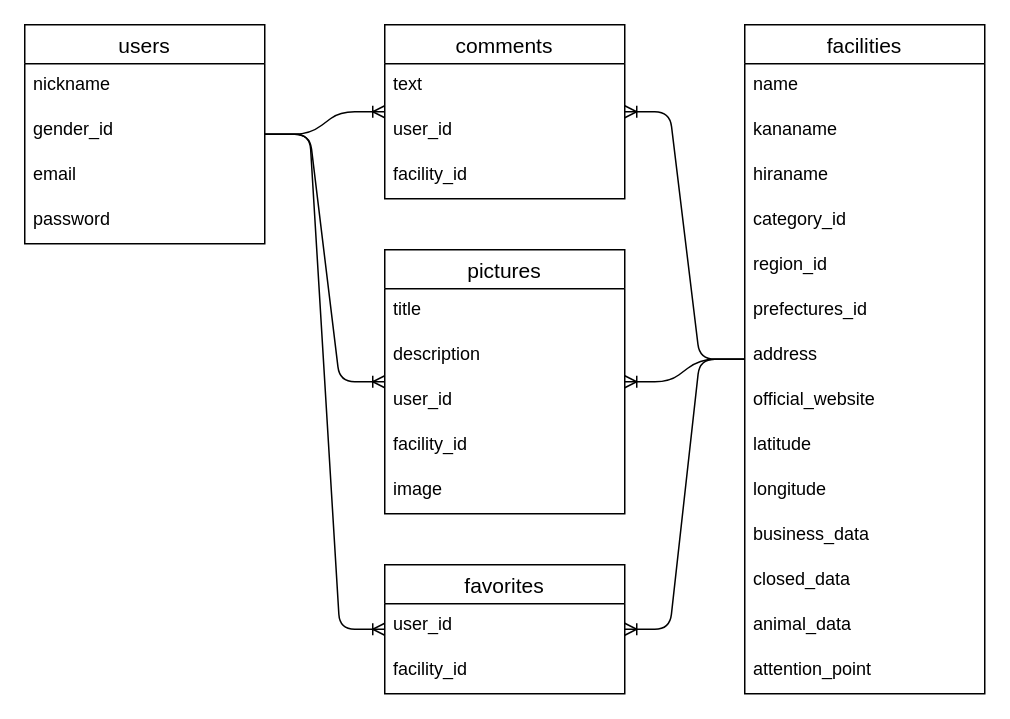
Before: ERD.dio in masaya-Programming/animal-connection, a draw.io diagram. Source tidied: cells renumbered, new cells numbered last; positions are measured from the earlier drawing's top-left corner, leaving out a move shared by most shapes. Both pictures are drawn from the tidied source at 150%, with x=0, y=0 at pixel (24, 24).
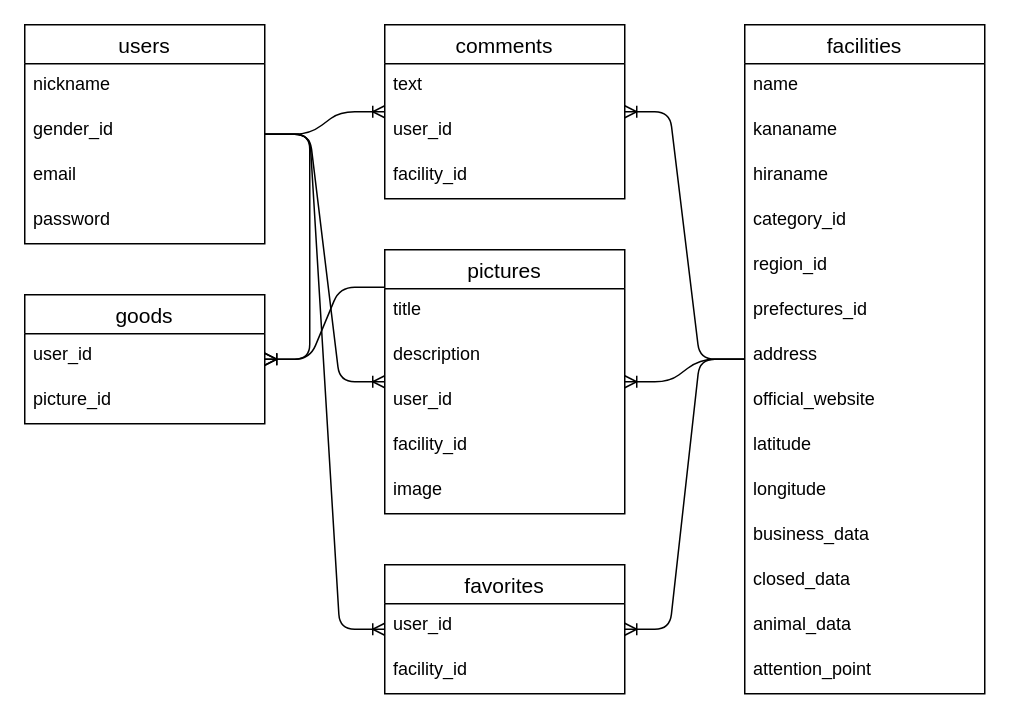
The same page after the edit.

Unchanged cells that the change refers to:
```xml
<mxCell id="6" value="users" style="swimlane;fontStyle=0;horizontal=1;startSize=26;align=center;fontSize=14;" parent="1" vertex="1">
  <mxGeometry width="160" height="146" as="geometry" />
</mxCell>
<mxCell id="34" value="title" style="text;strokeColor=none;fillColor=none;spacingLeft=4;spacingRight=4;overflow=hidden;points=[[0,0.5],[1,0.5]];portConstraint=eastwest;fontSize=12;" parent="33" vertex="1">
  <mxGeometry y="26" width="160" height="30" as="geometry" />
</mxCell>
```

The edit, as a diff of the source:
```diff
@@
+    <mxCell id="41" value="goods" style="swimlane;fontStyle=0;horizontal=1;startSize=26;align=center;fontSize=14;" parent="1" vertex="1">
+      <mxGeometry y="180" width="160" height="86" as="geometry" />
+    </mxCell>
+    <mxCell id="42" value="user_id" style="text;strokeColor=none;fillColor=none;spacingLeft=4;spacingRight=4;overflow=hidden;fontSize=12;" parent="41" vertex="1">
+      <mxGeometry y="26" width="160" height="30" as="geometry" />
+    </mxCell>
+    <mxCell id="43" value="picture_id" style="text;strokeColor=none;fillColor=none;spacingLeft=4;spacingRight=4;overflow=hidden;fontSize=12;" parent="41" vertex="1">
+      <mxGeometry y="56" width="160" height="30" as="geometry" />
+    </mxCell>
+    <mxCell id="44" style="edgeStyle=entityRelationEdgeStyle;fontSize=12;html=1;endArrow=ERoneToMany;" parent="1" edge="1" source="6" target="41">
+      <mxGeometry relative="1" as="geometry" />
+    </mxCell>
+    <mxCell id="45" style="edgeStyle=entityRelationEdgeStyle;fontSize=12;html=1;endArrow=ERoneToMany;exitX=0;exitY=-0.033;exitDx=0;exitDy=0;exitPerimeter=0;" parent="1" edge="1" source="34" target="41">
+      <mxGeometry relative="1" as="geometry" />
+    </mxCell>
```
